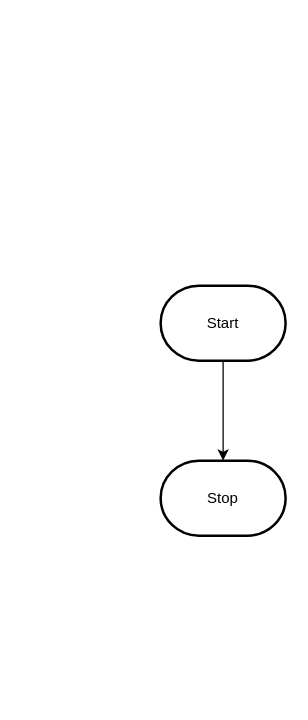
Earlier version of the draw.io diagram design/flowchart.drawio (MTHS-ICD2O-1-2023/ICD2O-Assignment-06-Gabriel-Zanardi). Source tidied: cells renumbered, new cells numbered last; positions are measured from the earlier drawing's top-left corner, leaving out a move shared by most shapes. Both pictures are drawn from the tidied source at 125%, with x=0, y=0 at pixel (160, 285).
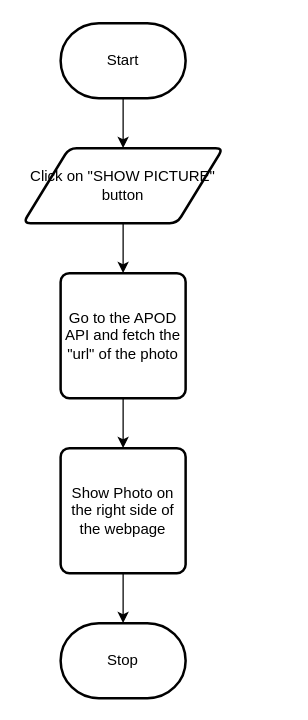
The same diagram, later.

Commit message (it also covers changes not shown here):
finished flowchart and exported

Change to the diagram source:
```diff
@@
 <mxGraphModel>
   <root>
     <mxCell id="0" />
     <mxCell id="1" parent="0" />
-    <mxCell id="2" style="edgeStyle=orthogonalEdgeStyle;html=1;rounded=0;" parent="1" edge="1" source="3" target="4">
-      <mxGeometry relative="1" as="geometry" />
-    </mxCell>
+    <mxCell id="5" style="edgeStyle=orthogonalEdgeStyle;html=1;entryX=0.5;entryY=0;entryDx=0;entryDy=0;rounded=0;" parent="1" edge="1" source="3" target="9">
+      <mxGeometry relative="1" as="geometry" />
+    </mxCell>
     <mxCell id="3" value="Start" style="strokeWidth=2;html=1;shape=mxgraph.flowchart.terminator;whiteSpace=wrap;" parent="1" vertex="1">
-      <mxGeometry width="100" height="60" as="geometry" />
+      <mxGeometry x="-80" y="-210" width="100" height="60" as="geometry" />
     </mxCell>
     <mxCell id="4" value="Stop" style="strokeWidth=2;html=1;shape=mxgraph.flowchart.terminator;whiteSpace=wrap;" parent="1" vertex="1">
-      <mxGeometry y="140" width="100" height="60" as="geometry" />
+      <mxGeometry x="-80" y="270" width="100" height="60" as="geometry" />
     </mxCell>
+    <mxCell id="6" style="edgeStyle=orthogonalEdgeStyle;rounded=0;html=1;entryX=0.5;entryY=0;entryDx=0;entryDy=0;" parent="1" edge="1" source="7" target="11">
+      <mxGeometry relative="1" as="geometry" />
+    </mxCell>
+    <mxCell id="7" value="Go to the APOD API and fetch the &quot;url&quot; of the photo" style="rounded=1;whiteSpace=wrap;html=1;absoluteArcSize=1;arcSize=14;strokeWidth=2;" parent="1" vertex="1">
+      <mxGeometry x="-80" y="-10" width="100" height="100" as="geometry" />
+    </mxCell>
+    <mxCell id="8" style="edgeStyle=orthogonalEdgeStyle;rounded=0;html=1;" parent="1" edge="1" source="9" target="7">
+      <mxGeometry relative="1" as="geometry" />
+    </mxCell>
+    <mxCell id="9" value="Click on &quot;SHOW PICTURE&quot; button" style="shape=parallelogram;html=1;strokeWidth=2;perimeter=parallelogramPerimeter;whiteSpace=wrap;rounded=1;arcSize=12;size=0.23;" parent="1" vertex="1">
+      <mxGeometry x="-110" y="-110" width="160" height="60" as="geometry" />
+    </mxCell>
+    <mxCell id="10" style="edgeStyle=orthogonalEdgeStyle;rounded=0;html=1;entryX=0.5;entryY=0;entryDx=0;entryDy=0;entryPerimeter=0;" parent="1" edge="1" source="11" target="4">
+      <mxGeometry relative="1" as="geometry" />
+    </mxCell>
+    <mxCell id="11" value="Show Photo on the right side of the webpage" style="rounded=1;whiteSpace=wrap;html=1;absoluteArcSize=1;arcSize=14;strokeWidth=2;" parent="1" vertex="1">
+      <mxGeometry x="-80" y="130" width="100" height="100" as="geometry" />
+    </mxCell>
   </root>
 </mxGraphModel>
```
